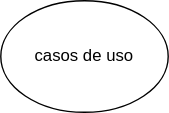
Earlier version of the draw.io export vagas/diagramas/casos-de-uso.svg (jonnathas/estudo). Source tidied: cells renumbered, new cells last; positions are measured from the earlier drawing's top-left corner, leaving out a move shared by most shapes.
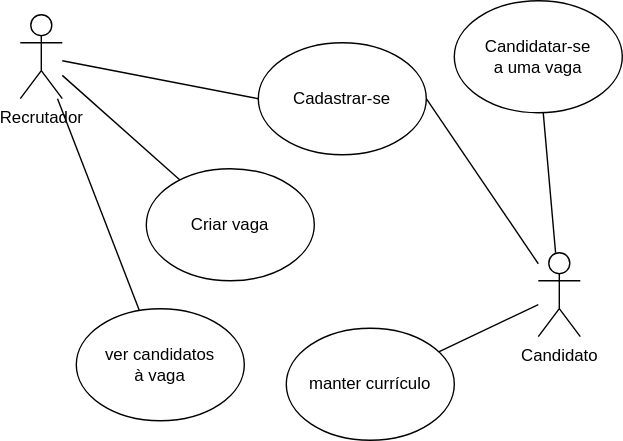
After the change.

Commit message:
Criando casos de uso

The edit, as a diff of the source:
```diff
@@ -2,8 +2,44 @@
   <root>
     <mxCell id="0" />
     <mxCell id="1" parent="0" />
-    <mxCell id="2" value="casos de uso" style="ellipse;whiteSpace=wrap;html=1;" parent="1" vertex="1">
+    <mxCell id="2" value="Cadastrar-se" style="ellipse;whiteSpace=wrap;html=1;" parent="1" vertex="1">
       <mxGeometry width="120" height="80" as="geometry" />
     </mxCell>
+    <mxCell id="3" style="rounded=0;jettySize=auto;html=1;entryX=0;entryY=0.5;entryDx=0;entryDy=0;endArrow=none;endFill=0;" parent="1" edge="1" source="6" target="2">
+      <mxGeometry relative="1" as="geometry" />
+    </mxCell>
+    <mxCell id="4" style="rounded=0;jettySize=auto;html=1;endArrow=none;endFill=0;" parent="1" edge="1" source="6" target="11">
+      <mxGeometry relative="1" as="geometry" />
+    </mxCell>
+    <mxCell id="5" style="edgeStyle=none;rounded=0;jettySize=auto;html=1;endArrow=none;endFill=0;" parent="1" edge="1" source="6" target="14">
+      <mxGeometry relative="1" as="geometry" />
+    </mxCell>
+    <mxCell id="6" value="Recrutador" style="shape=umlActor;verticalLabelPosition=bottom;verticalAlign=top;html=1;outlineConnect=0;" parent="1" vertex="1">
+      <mxGeometry x="-170" y="-20" width="30" height="60" as="geometry" />
+    </mxCell>
+    <mxCell id="7" style="rounded=0;jettySize=auto;html=1;entryX=1;entryY=0.5;entryDx=0;entryDy=0;endArrow=none;endFill=0;" parent="1" edge="1" source="10" target="2">
+      <mxGeometry relative="1" as="geometry" />
+    </mxCell>
+    <mxCell id="8" style="edgeStyle=none;rounded=0;jettySize=auto;html=1;endArrow=none;endFill=0;" parent="1" edge="1" source="10" target="12">
+      <mxGeometry relative="1" as="geometry" />
+    </mxCell>
+    <mxCell id="9" style="edgeStyle=none;rounded=0;jettySize=auto;html=1;endArrow=none;endFill=0;" parent="1" edge="1" source="10" target="13">
+      <mxGeometry relative="1" as="geometry" />
+    </mxCell>
+    <mxCell id="10" value="Candidato" style="shape=umlActor;verticalLabelPosition=bottom;verticalAlign=top;html=1;outlineConnect=0;" parent="1" vertex="1">
+      <mxGeometry x="200" y="150" width="30" height="60" as="geometry" />
+    </mxCell>
+    <mxCell id="11" value="Criar vaga" style="ellipse;whiteSpace=wrap;html=1;" parent="1" vertex="1">
+      <mxGeometry x="-80" y="90" width="120" height="80" as="geometry" />
+    </mxCell>
+    <mxCell id="12" value="Candidatar-se&lt;br&gt;a uma vaga" style="ellipse;whiteSpace=wrap;html=1;" parent="1" vertex="1">
+      <mxGeometry x="140" y="-30" width="120" height="80" as="geometry" />
+    </mxCell>
+    <mxCell id="13" value="manter currículo" style="ellipse;whiteSpace=wrap;html=1;" parent="1" vertex="1">
+      <mxGeometry x="20" y="204" width="120" height="80" as="geometry" />
+    </mxCell>
+    <mxCell id="14" value="ver candidatos&lt;br&gt;à vaga" style="ellipse;whiteSpace=wrap;html=1;" parent="1" vertex="1">
+      <mxGeometry x="-130" y="190" width="120" height="80" as="geometry" />
+    </mxCell>
   </root>
 </mxGraphModel>
```
